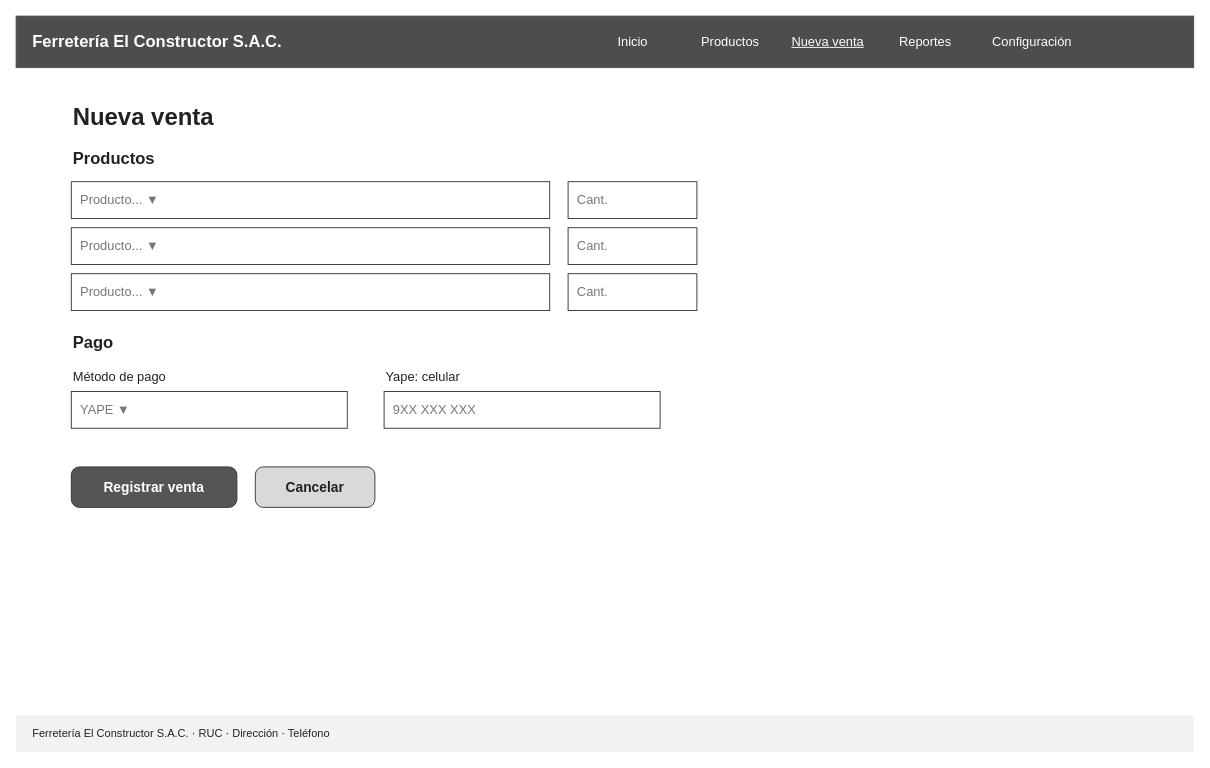
Above: page "Nueva venta (computadora)" (3 of 12) of docs/bocetos/ferreteria-bocetos.drawio in oropezadev-wq/ferreteria-ventas (draw.io), before the change. Source tidied: cells renumbered, new cells numbered last; positions are measured from the earlier drawing's top-left corner, leaving out a move shared by most shapes. Both pictures are drawn from the tidied source at 92%, with x=0, y=0 at pixel (16, 16).
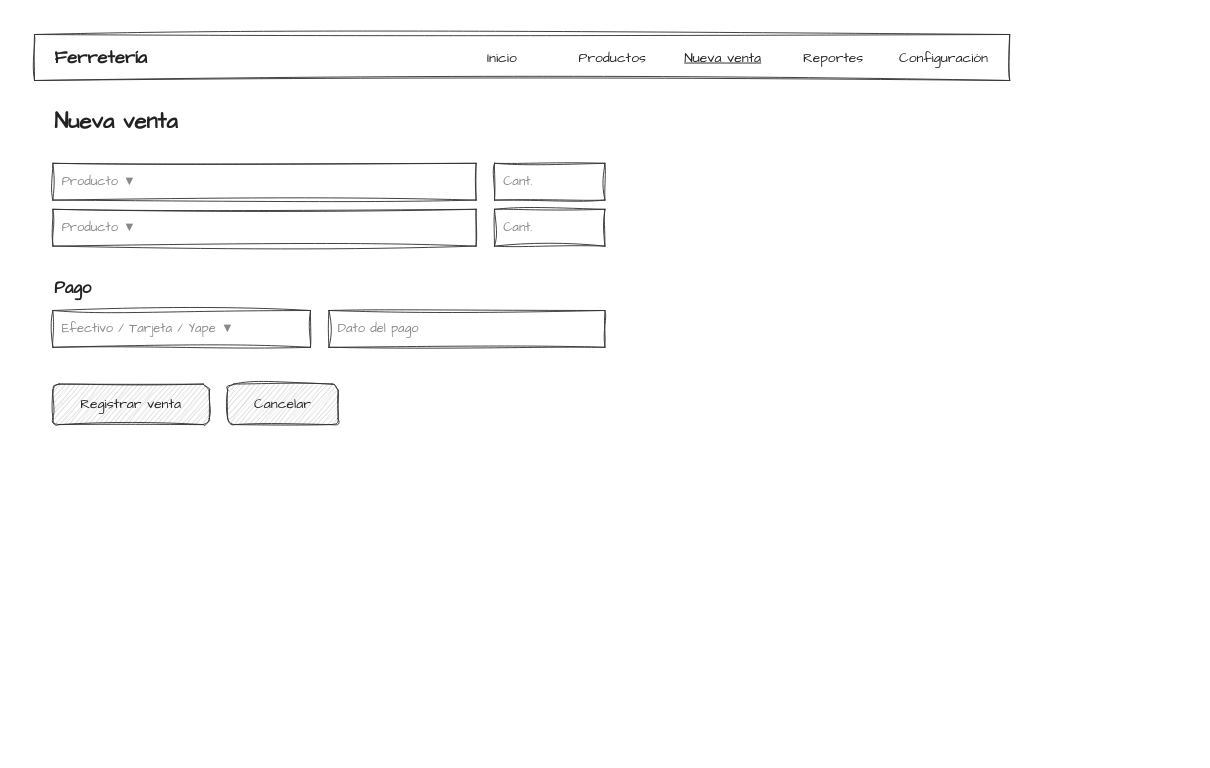
Above is the later version.

What changed in the source:
```diff
@@
-    <mxCell id="2" value="Ferretería El Constructor S.A.C." style="rounded=0;whiteSpace=wrap;html=1;fillColor=#4D4D4D;strokeColor=#4D4D4D;fontColor=#FFFFFF;fontFamily=Arial;align=left;spacingLeft=16;fontStyle=1;fontSize=18;" parent="1" vertex="1">
-      <mxGeometry width="1280" height="56" as="geometry" />
+    <mxCell id="2" style="rounded=0;whiteSpace=wrap;html=1;fillColor=none;sketch=1;curveFitting=1;jiggle=2;fontFamily=Comic Sans MS;fontColor=#222222;strokeColor=#333333;fontSize=14;" parent="1" vertex="1">
+      <mxGeometry x="20" y="20" width="1060" height="50" as="geometry" />
     </mxCell>
-    <mxCell id="3" value="Inicio" style="text;html=1;align=center;verticalAlign=middle;fontFamily=Arial;fontColor=#FFFFFF;fontSize=14;" parent="1" vertex="1">
-      <mxGeometry x="620" y="12" width="100" height="32" as="geometry" />
+    <mxCell id="3" value="Ferretería" style="text;html=1;align=left;verticalAlign=middle;whiteSpace=wrap;fontFamily=Comic Sans MS;fontColor=#222222;fontStyle=1;fontSize=20;" parent="1" vertex="1">
+      <mxGeometry x="40" y="25" width="300" height="40" as="geometry" />
     </mxCell>
-    <mxCell id="4" value="Productos" style="text;html=1;align=center;verticalAlign=middle;fontFamily=Arial;fontColor=#FFFFFF;fontSize=14;" parent="1" vertex="1">
-      <mxGeometry x="726" y="12" width="100" height="32" as="geometry" />
+    <mxCell id="4" value="Inicio" style="text;html=1;align=center;verticalAlign=middle;fontFamily=Comic Sans MS;fontColor=#222222;fontSize=15;" parent="1" vertex="1">
+      <mxGeometry x="470" y="30" width="116" height="30" as="geometry" />
     </mxCell>
-    <mxCell id="5" value="&lt;u&gt;Nueva venta&lt;/u&gt;" style="text;html=1;align=center;verticalAlign=middle;fontFamily=Arial;fontColor=#FFFFFF;fontSize=14;" parent="1" vertex="1">
-      <mxGeometry x="832" y="12" width="100" height="32" as="geometry" />
+    <mxCell id="5" value="Productos" style="text;html=1;align=center;verticalAlign=middle;fontFamily=Comic Sans MS;fontColor=#222222;fontSize=15;" parent="1" vertex="1">
+      <mxGeometry x="590" y="30" width="116" height="30" as="geometry" />
     </mxCell>
-    <mxCell id="6" value="Reportes" style="text;html=1;align=center;verticalAlign=middle;fontFamily=Arial;fontColor=#FFFFFF;fontSize=14;" parent="1" vertex="1">
-      <mxGeometry x="938" y="12" width="100" height="32" as="geometry" />
+    <mxCell id="6" value="&lt;u&gt;Nueva venta&lt;/u&gt;" style="text;html=1;align=center;verticalAlign=middle;fontFamily=Comic Sans MS;fontColor=#222222;fontSize=15;" parent="1" vertex="1">
+      <mxGeometry x="710" y="30" width="116" height="30" as="geometry" />
     </mxCell>
-    <mxCell id="7" value="Configuración" style="text;html=1;align=center;verticalAlign=middle;fontFamily=Arial;fontColor=#FFFFFF;fontSize=14;" parent="1" vertex="1">
-      <mxGeometry x="1044" y="12" width="120" height="32" as="geometry" />
+    <mxCell id="7" value="Reportes" style="text;html=1;align=center;verticalAlign=middle;fontFamily=Comic Sans MS;fontColor=#222222;fontSize=15;" parent="1" vertex="1">
+      <mxGeometry x="830" y="30" width="116" height="30" as="geometry" />
     </mxCell>
-    <mxCell id="8" value="Ferretería El Constructor S.A.C. · RUC · Dirección · Teléfono" style="text;html=1;align=left;verticalAlign=middle;whiteSpace=wrap;fontFamily=Arial;fontColor=#222222;fillColor=#F2F2F2;spacingLeft=16;fontSize=12;" parent="1" vertex="1">
-      <mxGeometry y="760" width="1280" height="40" as="geometry" />
+    <mxCell id="8" value="Configuración" style="text;html=1;align=center;verticalAlign=middle;fontFamily=Comic Sans MS;fontColor=#222222;fontSize=15;" parent="1" vertex="1">
+      <mxGeometry x="950" y="30" width="116" height="30" as="geometry" />
     </mxCell>
-    <mxCell id="9" value="Nueva venta" style="text;html=1;align=left;verticalAlign=middle;whiteSpace=wrap;fontFamily=Arial;fontColor=#222222;fontStyle=1;fontSize=26;" parent="1" vertex="1">
-      <mxGeometry x="60" y="90" width="400" height="40" as="geometry" />
+    <mxCell id="9" value="Nueva venta" style="text;html=1;align=left;verticalAlign=middle;whiteSpace=wrap;fontFamily=Comic Sans MS;fontColor=#222222;fontStyle=1;fontSize=24;" parent="1" vertex="1">
+      <mxGeometry x="40" y="95" width="400" height="40" as="geometry" />
     </mxCell>
-    <mxCell id="10" value="Productos" style="text;html=1;align=left;verticalAlign=middle;whiteSpace=wrap;fontFamily=Arial;fontColor=#222222;fontStyle=1;fontSize=18;" parent="1" vertex="1">
-      <mxGeometry x="60" y="140" width="400" height="30" as="geometry" />
+    <mxCell id="10" value="Producto ▼" style="rounded=0;whiteSpace=wrap;html=1;fillColor=none;align=left;spacingLeft=8;sketch=1;curveFitting=1;jiggle=2;fontFamily=Comic Sans MS;fontColor=#888888;strokeColor=#333333;fontSize=14;" parent="1" vertex="1">
+      <mxGeometry x="40" y="160" width="460" height="40" as="geometry" />
     </mxCell>
-    <mxCell id="11" value="Producto...  ▼" style="rounded=0;whiteSpace=wrap;html=1;fillColor=#FFFFFF;align=left;spacingLeft=8;fontColor=#777777;strokeColor=#333333;fontFamily=Arial;fontSize=14;" parent="1" vertex="1">
-      <mxGeometry x="60" y="180" width="520" height="40" as="geometry" />
+    <mxCell id="11" value="Cant." style="rounded=0;whiteSpace=wrap;html=1;fillColor=none;align=left;spacingLeft=8;sketch=1;curveFitting=1;jiggle=2;fontFamily=Comic Sans MS;fontColor=#888888;strokeColor=#333333;fontSize=14;" parent="1" vertex="1">
+      <mxGeometry x="520" y="160" width="120" height="40" as="geometry" />
     </mxCell>
-    <mxCell id="12" value="Cant." style="rounded=0;whiteSpace=wrap;html=1;fillColor=#FFFFFF;align=left;spacingLeft=8;fontColor=#777777;strokeColor=#333333;fontFamily=Arial;fontSize=14;" parent="1" vertex="1">
-      <mxGeometry x="600" y="180" width="140" height="40" as="geometry" />
+    <mxCell id="12" value="Producto ▼" style="rounded=0;whiteSpace=wrap;html=1;fillColor=none;align=left;spacingLeft=8;sketch=1;curveFitting=1;jiggle=2;fontFamily=Comic Sans MS;fontColor=#888888;strokeColor=#333333;fontSize=14;" parent="1" vertex="1">
+      <mxGeometry x="40" y="210" width="460" height="40" as="geometry" />
     </mxCell>
-    <mxCell id="13" value="Producto...  ▼" style="rounded=0;whiteSpace=wrap;html=1;fillColor=#FFFFFF;align=left;spacingLeft=8;fontColor=#777777;strokeColor=#333333;fontFamily=Arial;fontSize=14;" parent="1" vertex="1">
-      <mxGeometry x="60" y="230" width="520" height="40" as="geometry" />
+    <mxCell id="13" value="Cant." style="rounded=0;whiteSpace=wrap;html=1;fillColor=none;align=left;spacingLeft=8;sketch=1;curveFitting=1;jiggle=2;fontFamily=Comic Sans MS;fontColor=#888888;strokeColor=#333333;fontSize=14;" parent="1" vertex="1">
+      <mxGeometry x="520" y="210" width="120" height="40" as="geometry" />
     </mxCell>
-    <mxCell id="14" value="Cant." style="rounded=0;whiteSpace=wrap;html=1;fillColor=#FFFFFF;align=left;spacingLeft=8;fontColor=#777777;strokeColor=#333333;fontFamily=Arial;fontSize=14;" parent="1" vertex="1">
-      <mxGeometry x="600" y="230" width="140" height="40" as="geometry" />
+    <mxCell id="14" value="Pago" style="text;html=1;align=left;verticalAlign=middle;whiteSpace=wrap;fontFamily=Comic Sans MS;fontColor=#222222;fontStyle=1;fontSize=18;" parent="1" vertex="1">
+      <mxGeometry x="40" y="280" width="300" height="30" as="geometry" />
     </mxCell>
-    <mxCell id="15" value="Producto...  ▼" style="rounded=0;whiteSpace=wrap;html=1;fillColor=#FFFFFF;align=left;spacingLeft=8;fontColor=#777777;strokeColor=#333333;fontFamily=Arial;fontSize=14;" parent="1" vertex="1">
-      <mxGeometry x="60" y="280" width="520" height="40" as="geometry" />
+    <mxCell id="15" value="Efectivo / Tarjeta / Yape ▼" style="rounded=0;whiteSpace=wrap;html=1;fillColor=none;align=left;spacingLeft=8;sketch=1;curveFitting=1;jiggle=2;fontFamily=Comic Sans MS;fontColor=#888888;strokeColor=#333333;fontSize=14;" parent="1" vertex="1">
+      <mxGeometry x="40" y="320" width="280" height="40" as="geometry" />
     </mxCell>
-    <mxCell id="16" value="Cant." style="rounded=0;whiteSpace=wrap;html=1;fillColor=#FFFFFF;align=left;spacingLeft=8;fontColor=#777777;strokeColor=#333333;fontFamily=Arial;fontSize=14;" parent="1" vertex="1">
-      <mxGeometry x="600" y="280" width="140" height="40" as="geometry" />
+    <mxCell id="16" value="Dato del pago" style="rounded=0;whiteSpace=wrap;html=1;fillColor=none;align=left;spacingLeft=8;sketch=1;curveFitting=1;jiggle=2;fontFamily=Comic Sans MS;fontColor=#888888;strokeColor=#333333;fontSize=14;" parent="1" vertex="1">
+      <mxGeometry x="340" y="320" width="300" height="40" as="geometry" />
     </mxCell>
-    <mxCell id="17" value="Pago" style="text;html=1;align=left;verticalAlign=middle;whiteSpace=wrap;fontFamily=Arial;fontColor=#222222;fontStyle=1;fontSize=18;" parent="1" vertex="1">
-      <mxGeometry x="60" y="340" width="400" height="30" as="geometry" />
+    <mxCell id="17" value="Registrar venta" style="rounded=1;whiteSpace=wrap;html=1;fillColor=#CCCCCC;fillStyle=hachure;sketch=1;curveFitting=1;jiggle=2;fontFamily=Comic Sans MS;fontColor=#222222;strokeColor=#333333;fontSize=15;" parent="1" vertex="1">
+      <mxGeometry x="40" y="400" width="170" height="44" as="geometry" />
     </mxCell>
-    <mxCell id="18" value="Método de pago" style="text;html=1;align=left;verticalAlign=middle;whiteSpace=wrap;fontFamily=Arial;fontColor=#222222;fontSize=14;" parent="1" vertex="1">
-      <mxGeometry x="60" y="380" width="300" height="24" as="geometry" />
+    <mxCell id="18" value="Cancelar" style="rounded=1;whiteSpace=wrap;html=1;fillColor=#CCCCCC;fillStyle=hachure;sketch=1;curveFitting=1;jiggle=2;fontFamily=Comic Sans MS;fontColor=#222222;strokeColor=#333333;fontSize=15;" parent="1" vertex="1">
+      <mxGeometry x="230" y="400" width="120" height="44" as="geometry" />
     </mxCell>
-    <mxCell id="19" value="YAPE  ▼" style="rounded=0;whiteSpace=wrap;html=1;fillColor=#FFFFFF;align=left;spacingLeft=8;fontColor=#777777;strokeColor=#333333;fontFamily=Arial;fontSize=14;" parent="1" vertex="1">
-      <mxGeometry x="60" y="408" width="300" height="40" as="geometry" />
-    </mxCell>
-    <mxCell id="20" value="Yape: celular" style="text;html=1;align=left;verticalAlign=middle;whiteSpace=wrap;fontFamily=Arial;fontColor=#222222;fontSize=14;" parent="1" vertex="1">
-      <mxGeometry x="400" y="380" width="300" height="24" as="geometry" />
-    </mxCell>
-    <mxCell id="21" value="9XX XXX XXX" style="rounded=0;whiteSpace=wrap;html=1;fillColor=#FFFFFF;align=left;spacingLeft=8;fontColor=#777777;strokeColor=#333333;fontFamily=Arial;fontSize=14;" parent="1" vertex="1">
-      <mxGeometry x="400" y="408" width="300" height="40" as="geometry" />
-    </mxCell>
-    <mxCell id="22" value="Registrar venta" style="rounded=1;arcSize=20;whiteSpace=wrap;html=1;fillColor=#555555;fontColor=#FFFFFF;fontStyle=1;strokeColor=#333333;fontFamily=Arial;fontSize=15;" parent="1" vertex="1">
-      <mxGeometry x="60" y="490" width="180" height="44" as="geometry" />
-    </mxCell>
-    <mxCell id="23" value="Cancelar" style="rounded=1;arcSize=20;whiteSpace=wrap;html=1;fillColor=#D9D9D9;fontStyle=1;strokeColor=#333333;fontFamily=Arial;fontColor=#222222;fontSize=15;" parent="1" vertex="1">
-      <mxGeometry x="260" y="490" width="130" height="44" as="geometry" />
-    </mxCell>
```
